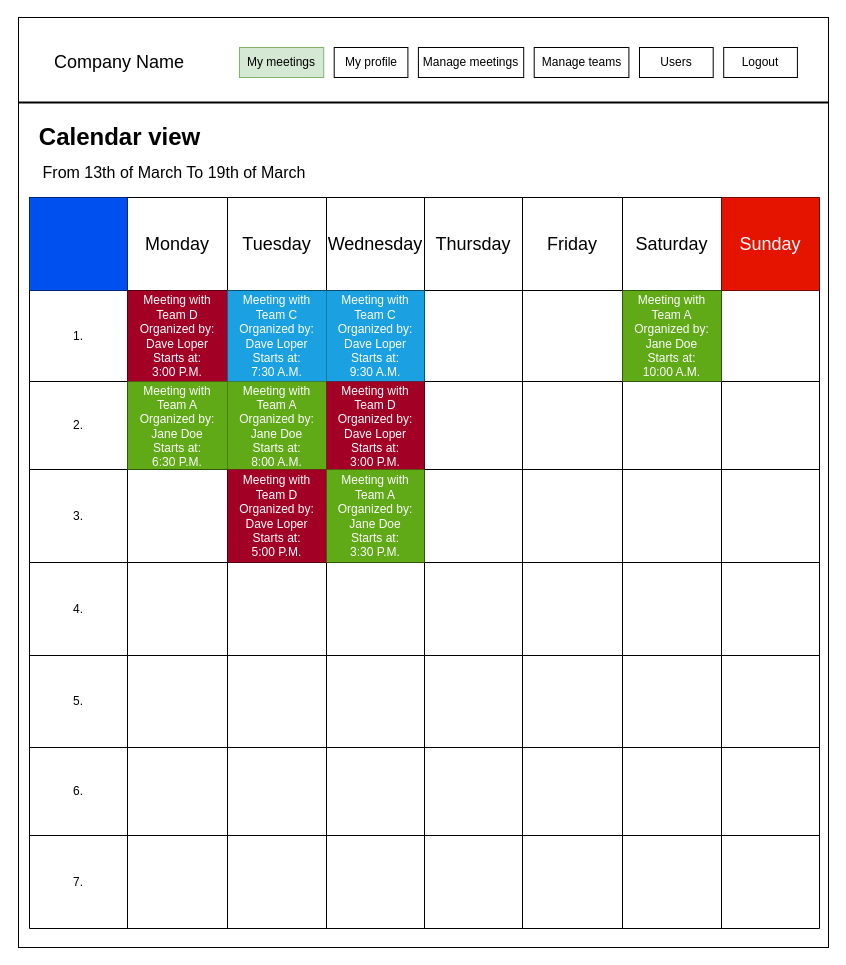
This is Dokumentáció/DrawIO files/my_meetings.drawio from gyorkistamas/afp2-2023-tavasz-stopinventing, a draw.io file, before an edit. Source tidied: cells renumbered, new cells numbered last; positions are measured from the earlier drawing's top-left corner, leaving out a move shared by most shapes. Both pictures are drawn from the tidied source at 100%, with x=0, y=0 at pixel (18, 17).
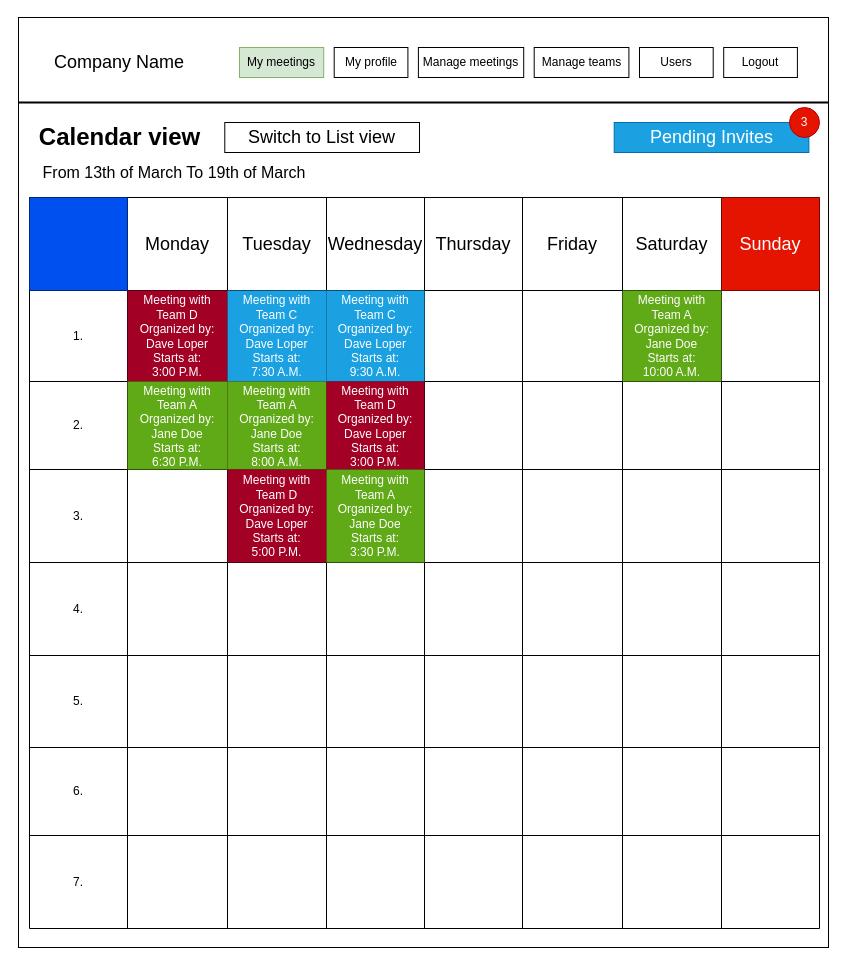
The same diagram, later.

Change to the diagram source:
```diff
@@
+    <mxCell id="86" value="&lt;font style=&quot;font-size: 18px;&quot;&gt;Switch to List view&lt;/font&gt;" style="rounded=0;whiteSpace=wrap;html=1;" parent="1" vertex="1">
+      <mxGeometry x="206.3" y="105" width="194.7" height="30" as="geometry" />
+    </mxCell>
+    <mxCell id="87" style="group;" parent="1" vertex="1">
+      <mxGeometry x="595.7" y="90" width="205.3" height="45" as="geometry" />
+    </mxCell>
+    <mxCell id="88" value="&lt;font style=&quot;font-size: 18px;&quot;&gt;Pending Invites&lt;/font&gt;" style="rounded=0;whiteSpace=wrap;html=1;fillColor=#1ba1e2;fontColor=#ffffff;strokeColor=#006EAF;" parent="87" vertex="1">
+      <mxGeometry y="15" width="194.7" height="30" as="geometry" />
+    </mxCell>
+    <mxCell id="89" value="3" style="ellipse;whiteSpace=wrap;html=1;fillColor=#e51400;fontColor=#ffffff;strokeColor=#B20000;" parent="87" vertex="1">
+      <mxGeometry x="175.3" width="30" height="30" as="geometry" />
+    </mxCell>
```
